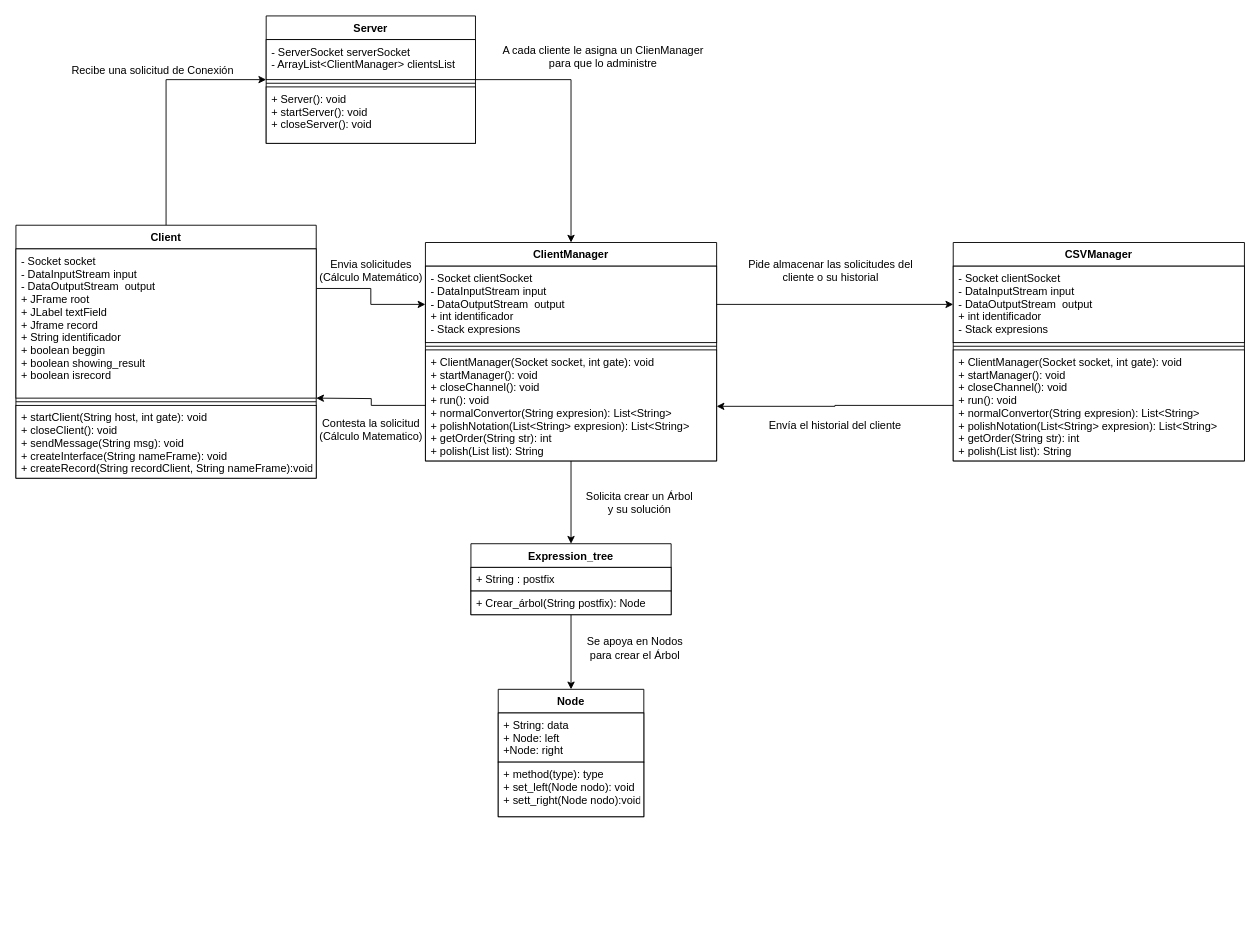
This is Diagrama de Clases.drawio from Dcastroe10/Segundo-Proyecto-Datos-I, a draw.io file, before an edit. Source tidied: cells renumbered, new cells numbered last; positions are measured from the earlier drawing's top-left corner, leaving out a move shared by most shapes. Both pictures are drawn from the tidied source at 91%, with x=0, y=0 at pixel (15, 15).
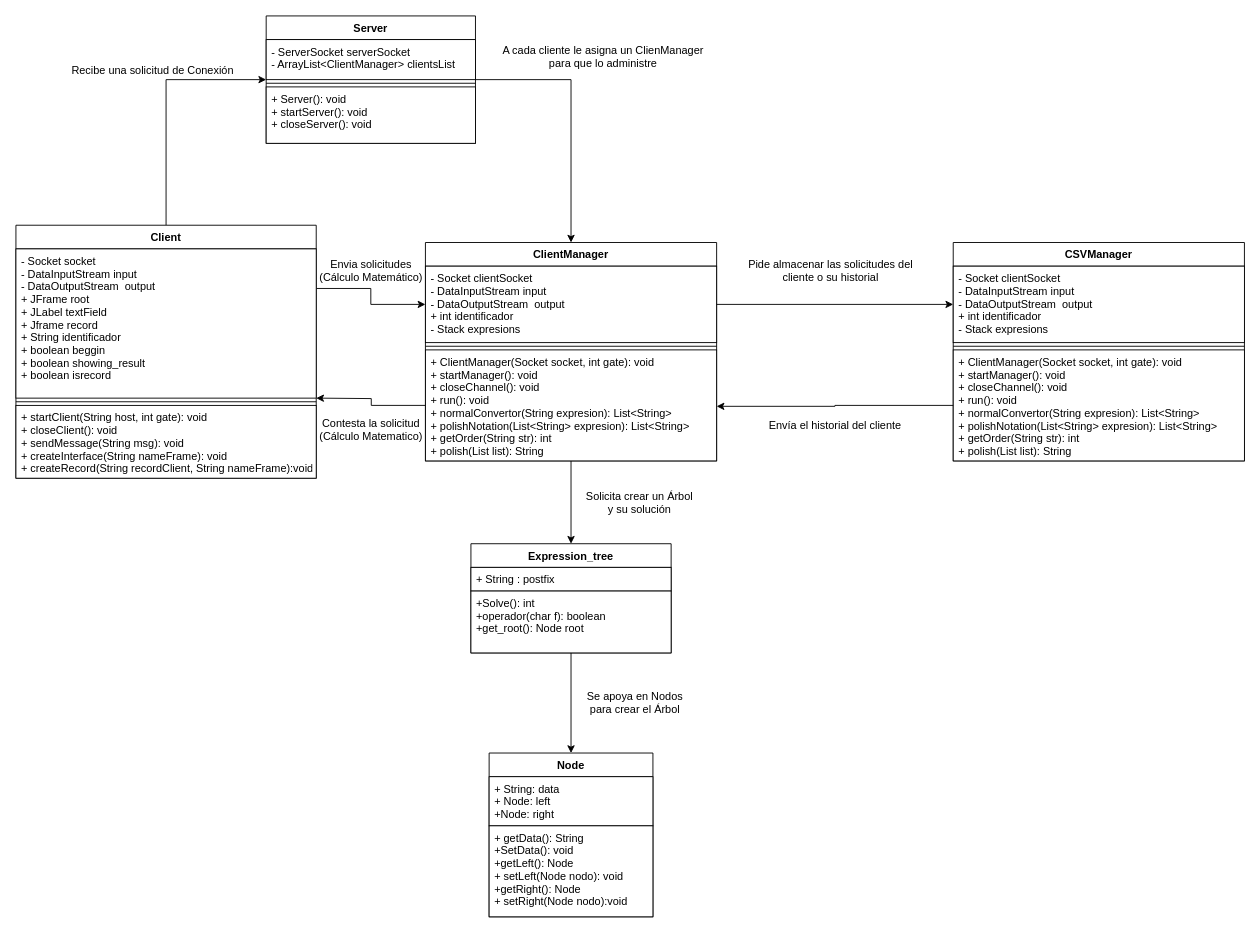
Above is the later version.

Diff of the diagram source:
```diff
@@
     <mxCell id="8" value="Expression_tree" style="swimlane;fontStyle=1;align=center;verticalAlign=top;horizontal=1;startSize=26;fontColor=default;strokeColor=default;fillColor=default;" parent="1" vertex="1">
-      <mxGeometry x="500" y="580" width="220" height="78" as="geometry" />
+      <mxGeometry x="500" y="580" width="220" height="120" as="geometry" />
     </mxCell>
@@
-    <mxCell id="10" value="+ Crear_árbol(String postfix): Node" style="text;strokeColor=default;fillColor=default;align=left;verticalAlign=top;spacingLeft=4;spacingRight=4;overflow=hidden;fontColor=default;" parent="8" vertex="1">
-      <mxGeometry y="52" width="220" height="26" as="geometry" />
+    <mxCell id="10" value="+Solve(): int&#10;+operador(char f): boolean&#10;+get_root(): Node root" style="text;strokeColor=default;fillColor=default;align=left;verticalAlign=top;spacingLeft=4;spacingRight=4;overflow=hidden;fontColor=default;" parent="8" vertex="1">
+      <mxGeometry y="52" width="220" height="68" as="geometry" />
     </mxCell>
     <mxCell id="11" value="Node" style="swimlane;fontStyle=1;align=center;verticalAlign=top;horizontal=1;startSize=26;labelBackgroundColor=default;fontColor=default;strokeColor=default;fillColor=default;" parent="1" vertex="1">
-      <mxGeometry x="530" y="740" width="160" height="140" as="geometry" />
+      <mxGeometry x="520" y="810" width="180" height="180" as="geometry" />
     </mxCell>
     <mxCell id="12" value="+ String: data&#10;+ Node: left&#10;+Node: right" style="text;strokeColor=default;fillColor=default;align=left;verticalAlign=top;spacingLeft=4;spacingRight=4;overflow=hidden;labelBackgroundColor=default;fontColor=default;" parent="11" vertex="1">
-      <mxGeometry y="26" width="160" height="54" as="geometry" />
+      <mxGeometry y="26" width="180" height="54" as="geometry" />
     </mxCell>
-    <mxCell id="13" value="+ method(type): type&#10;+ set_left(Node nodo): void&#10;+ sett_right(Node nodo):void" style="text;strokeColor=default;fillColor=default;align=left;verticalAlign=top;spacingLeft=4;spacingRight=4;overflow=hidden;labelBackgroundColor=default;fontColor=default;" parent="11" vertex="1">
-      <mxGeometry y="80" width="160" height="60" as="geometry" />
+    <mxCell id="13" value="+ getData(): String&#10;+SetData(): void&#10;+getLeft(): Node&#10;+ setLeft(Node nodo): void&#10;+getRight(): Node&#10;+ setRight(Node nodo):void" style="text;strokeColor=default;fillColor=default;align=left;verticalAlign=top;spacingLeft=4;spacingRight=4;overflow=hidden;labelBackgroundColor=default;fontColor=default;" parent="11" vertex="1">
+      <mxGeometry y="80" width="180" height="100" as="geometry" />
     </mxCell>
@@
     <mxCell id="31" value="&lt;div&gt;Se apoya en Nodos&lt;/div&gt;&lt;div&gt;para crear el Árbol&lt;br&gt;&lt;/div&gt;" style="text;html=1;align=center;verticalAlign=middle;strokeColor=none;fillColor=none;" parent="1" vertex="1">
-      <mxGeometry x="620" y="680" width="120" height="30" as="geometry" />
+      <mxGeometry x="620" y="740" width="120" height="30" as="geometry" />
     </mxCell>
```
